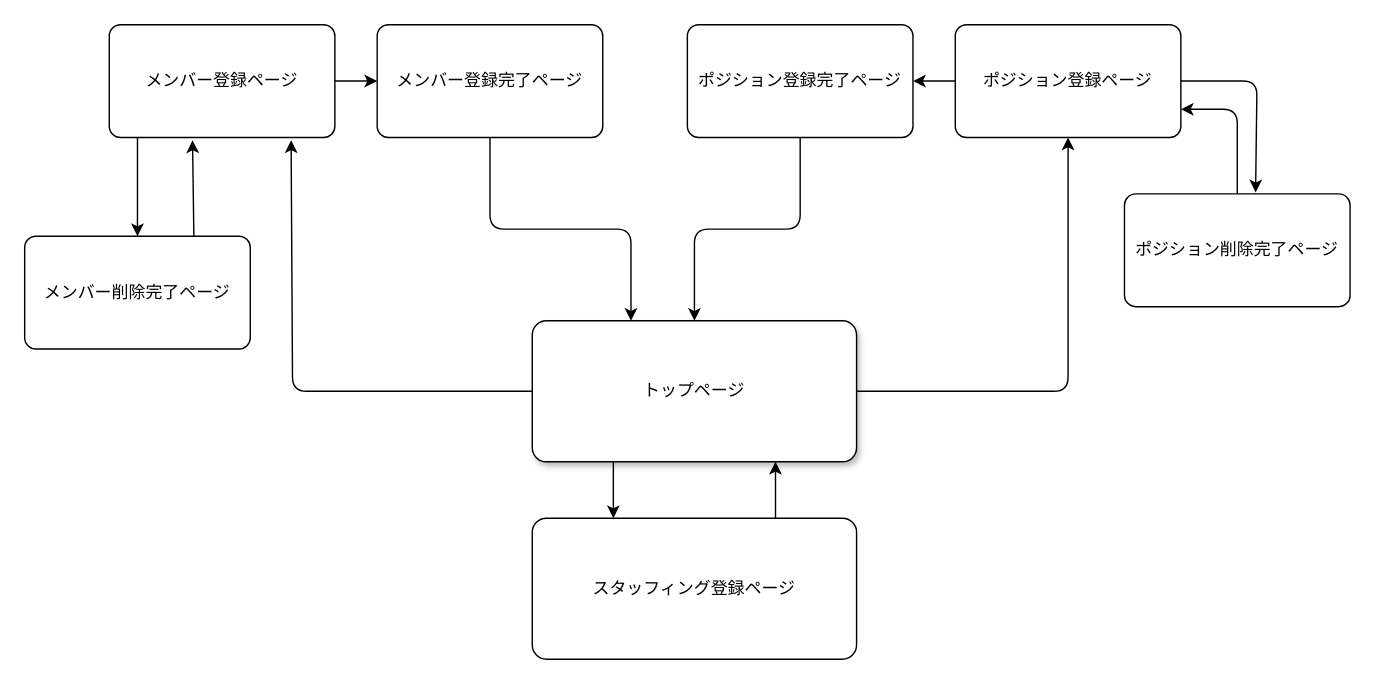
kmt0224/staffing_app keeps this draw.io diagram as page "画面遷移図" (1 of 2) of staffing.dio. Above is the earlier version. Source tidied: cells renumbered, new cells numbered last; positions are measured from the earlier drawing's top-left corner, leaving out a move shared by most shapes. Both pictures are drawn from the tidied source at 141%, with x=0, y=0 at pixel (24, 24).
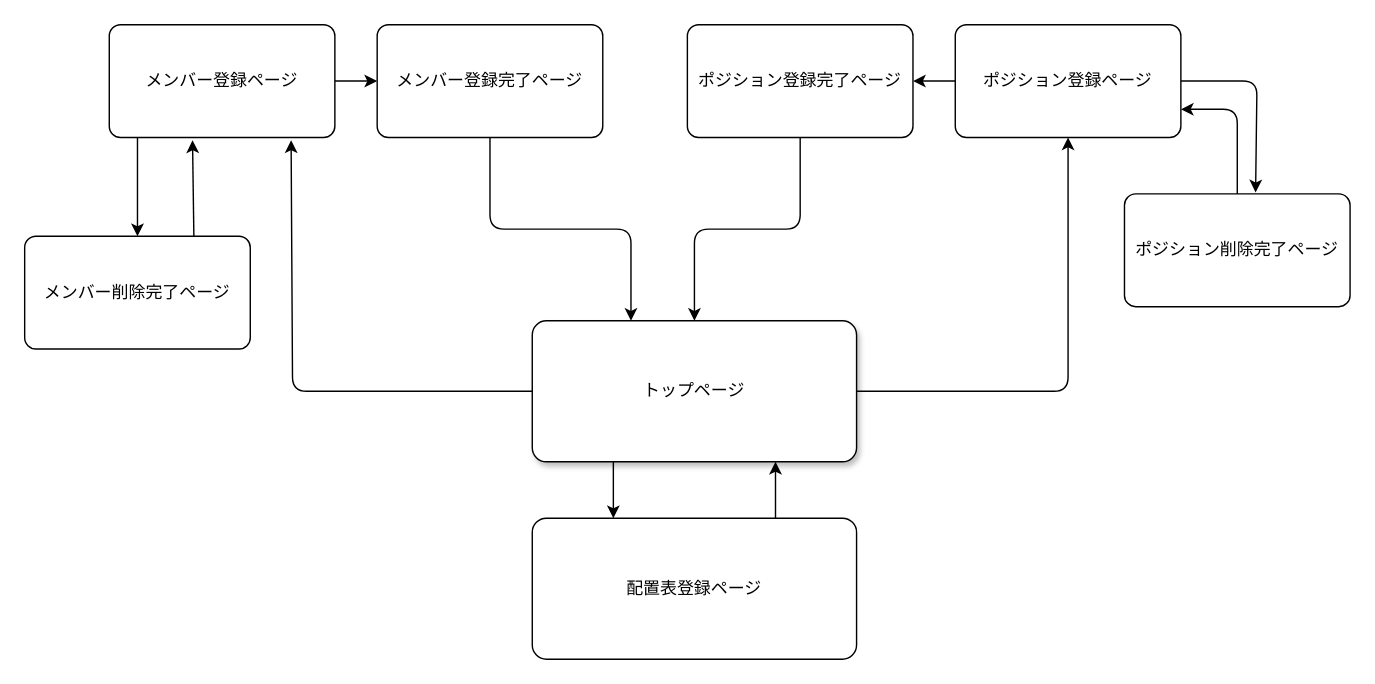
The same page after the edit.

Change to the diagram source:
```diff
@@
-    <mxCell id="21" value="スタッフィング登録ページ" style="rounded=1;arcSize=10;whiteSpace=wrap;html=1;align=center;" parent="1" vertex="1">
+    <mxCell id="21" value="配置表登録ページ" style="rounded=1;arcSize=10;whiteSpace=wrap;html=1;align=center;" parent="1" vertex="1">
       <mxGeometry x="360" y="350" width="230" height="100" as="geometry" />
     </mxCell>
```
